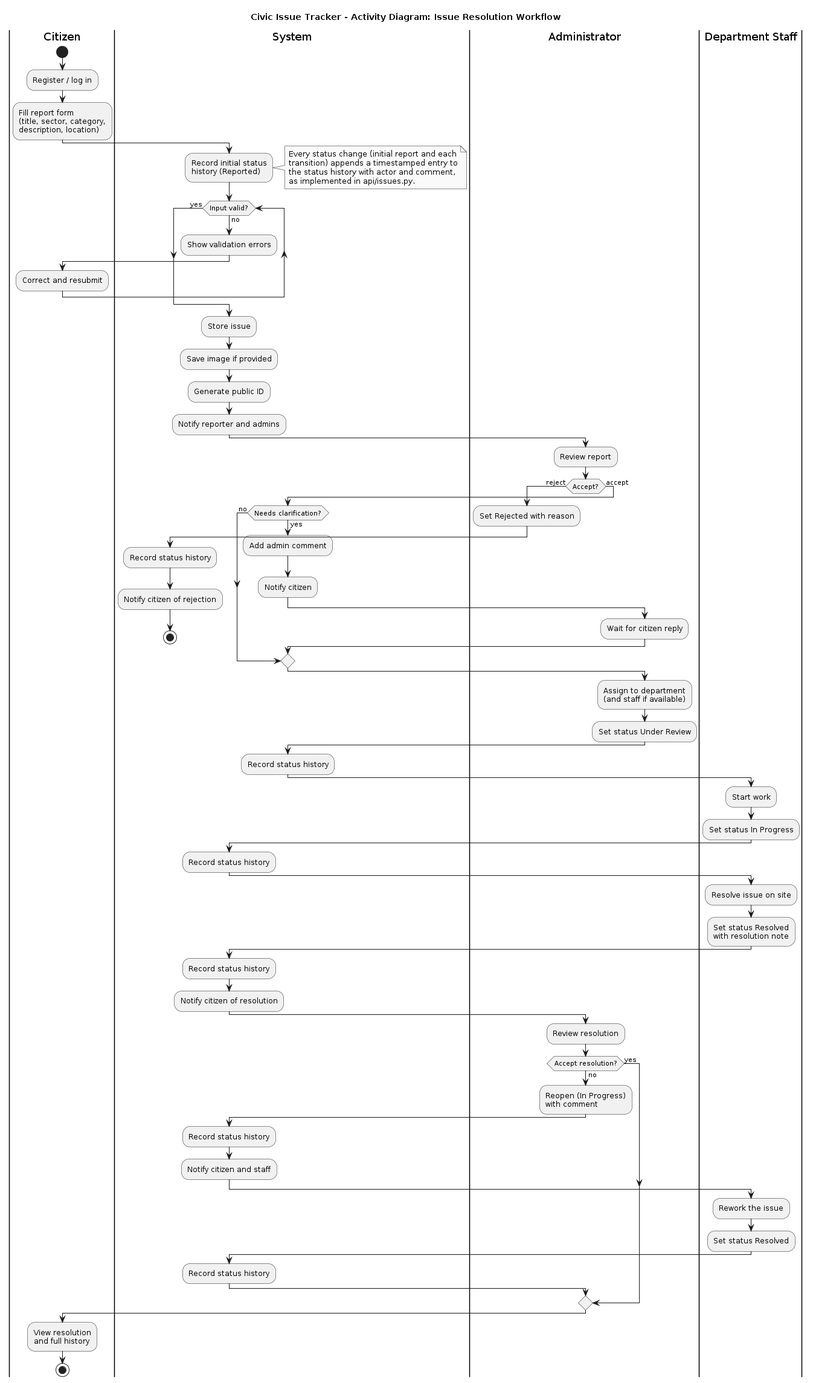
This is docs/diagrams/activity-diagram.png from manojkumaranna07-svg/civic-issue-tracker, a PlantUML export, as it was before one commit. The source it was exported from:
```plantuml
@startuml
skinparam monochrome true
skinparam shadowing false
title Civic Issue Tracker - Activity Diagram: Issue Resolution Workflow

|Citizen|
start
:Register / log in;
:Fill report form
(title, sector, category,
description, location);
|System|
:Record initial status
history (Reported);
note right
  Every status change (initial report and each
  transition) appends a timestamped entry to
  the status history with actor and comment,
  as implemented in api/issues.py.
end note
while (Input valid?) is (no)
  :Show validation errors;
  |Citizen|
  :Correct and resubmit;
  |System|
endwhile (yes)
:Store issue;
:Save image if provided;
:Generate public ID;
:Notify reporter and admins;
|Administrator|
:Review report;
if (Accept?) then (reject)
  :Set Rejected with reason;
  |System|
  :Record status history;
  :Notify citizen of rejection;
  stop
else (accept)
  if (Needs clarification?) then (yes)
    :Add admin comment;
    |System|
    :Notify citizen;
    |Administrator|
    :Wait for citizen reply;
  else (no)
  endif
  :Assign to department
  (and staff if available);
  :Set status Under Review;
  |System|
  :Record status history;
endif
|Department Staff|
:Start work;
:Set status In Progress;
|System|
:Record status history;
|Department Staff|
:Resolve issue on site;
:Set status Resolved
with resolution note;
|System|
:Record status history;
:Notify citizen of resolution;
|Administrator|
:Review resolution;
if (Accept resolution?) then (no)
  :Reopen (In Progress)
  with comment;
  |System|
  :Record status history;
  :Notify citizen and staff;
  |Department Staff|
  :Rework the issue;
  :Set status Resolved;
  |System|
  :Record status history;
else (yes)
endif
|Citizen|
:View resolution
and full history;
stop
@enduml
```
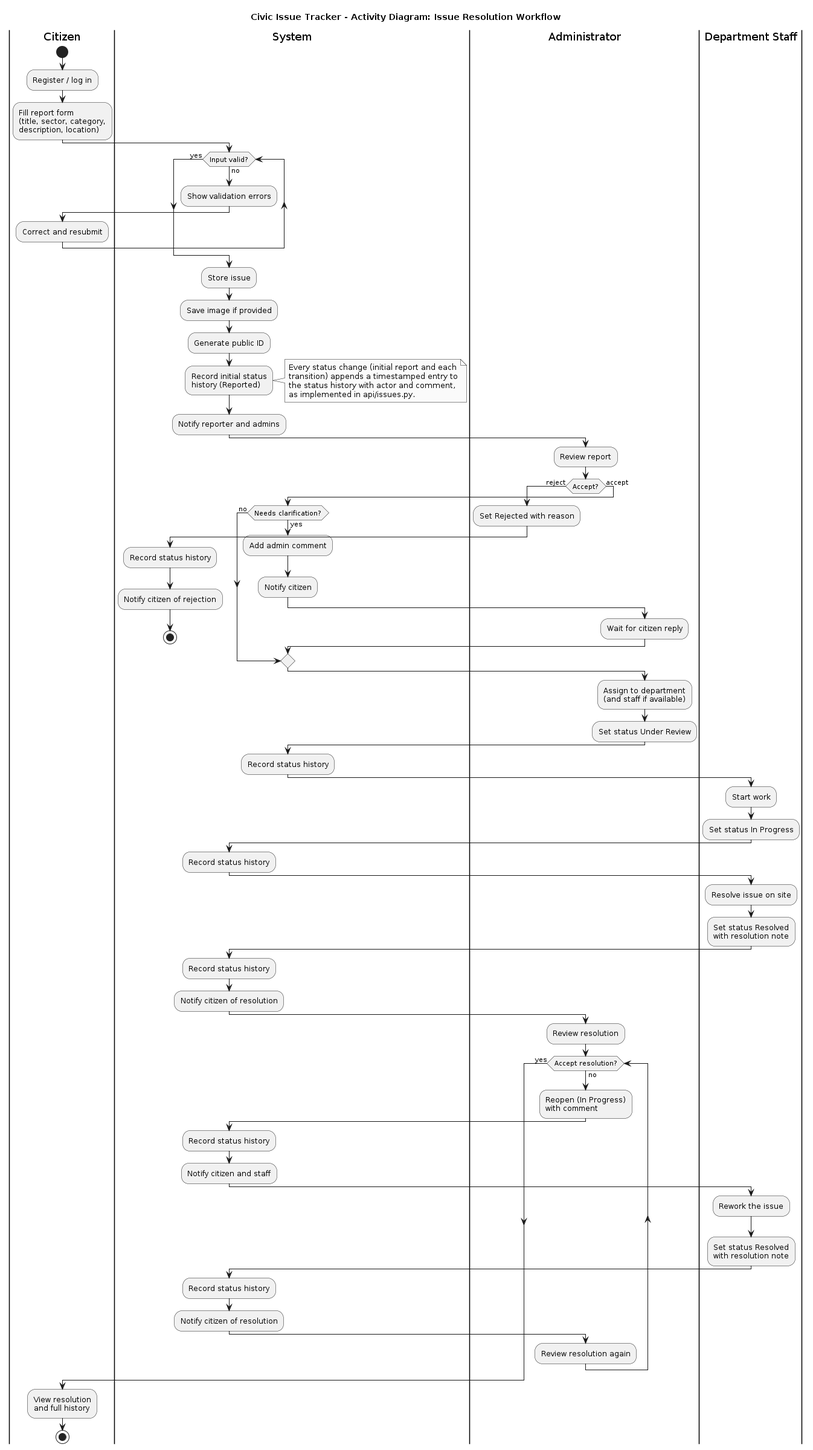
Later version of the same file.

Diff of the diagram source:
```diff
@@ -10,14 +10,6 @@
 (title, sector, category,
 description, location);
 |System|
-:Record initial status
-history (Reported);
-note right
-  Every status change (initial report and each
-  transition) appends a timestamped entry to
-  the status history with actor and comment,
-  as implemented in api/issues.py.
-end note
 while (Input valid?) is (no)
   :Show validation errors;
   |Citizen|
@@ -27,6 +19,14 @@
 :Store issue;
 :Save image if provided;
 :Generate public ID;
+:Record initial status
+history (Reported);
+note right
+  Every status change (initial report and each
+  transition) appends a timestamped entry to
+  the status history with actor and comment,
+  as implemented in api/issues.py.
+end note
 :Notify reporter and admins;
 |Administrator|
 :Review report;
@@ -65,7 +65,7 @@
 :Notify citizen of resolution;
 |Administrator|
 :Review resolution;
-if (Accept resolution?) then (no)
+while (Accept resolution?) is (no)
   :Reopen (In Progress)
   with comment;
   |System|
@@ -73,11 +73,14 @@
   :Notify citizen and staff;
   |Department Staff|
   :Rework the issue;
-  :Set status Resolved;
+  :Set status Resolved
+  with resolution note;
   |System|
   :Record status history;
-else (yes)
-endif
+  :Notify citizen of resolution;
+  |Administrator|
+  :Review resolution again;
+endwhile (yes)
 |Citizen|
 :View resolution
 and full history;
```
